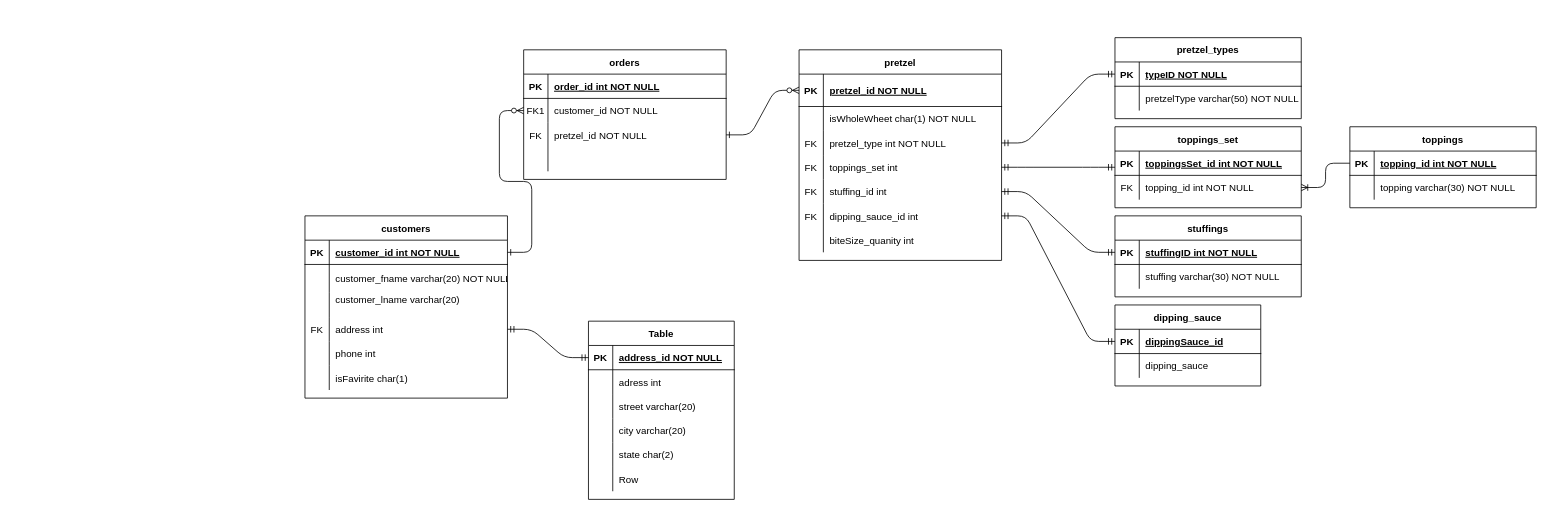
The draw.io diagram Untitled Diagram.drawio in PaulB-GreenRiv/pretzels, before the edit. Source tidied: cells renumbered, new cells numbered last; positions are measured from the earlier drawing's top-left corner, leaving out a move shared by most shapes. Both pictures are drawn from the tidied source at 81%, with x=0, y=0 at pixel (305, 37).
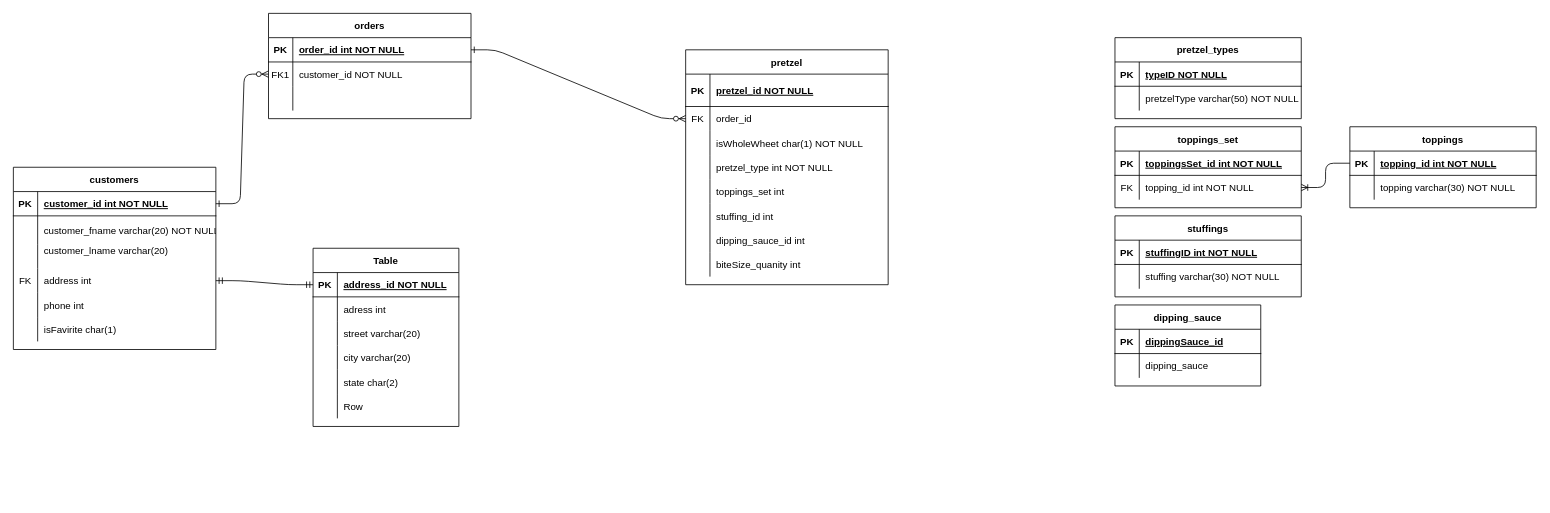
Above is the later version.

Unchanged cells that the change refers to:
```xml
<mxCell id="5" style="shape=partialRectangle;fillColor=none;points=[[0,0.5],[1,0.5]];portConstraint=eastwest;top=0;left=0;right=0;bottom=1;" parent="4" vertex="1">
  <mxGeometry y="30" width="250" height="30" as="geometry" />
</mxCell>
<mxCell id="18" style="shape=partialRectangle;fillColor=none;points=[[0,0.5],[1,0.5]];portConstraint=eastwest;top=0;left=0;right=0;bottom=1;" parent="17" vertex="1">
  <mxGeometry y="30" width="250" height="40" as="geometry" />
</mxCell>
<mxCell id="59" style="shape=partialRectangle;fillColor=none;top=0;left=0;bottom=1;right=0;points=[[0,0.5],[1,0.5]];portConstraint=eastwest;" parent="58" vertex="1">
  <mxGeometry y="30" width="230" height="30" as="geometry" />
</mxCell>
<mxCell id="74" style="shape=partialRectangle;fillColor=none;top=0;left=0;bottom=1;right=0;points=[[0,0.5],[1,0.5]];portConstraint=eastwest;" parent="73" vertex="1">
  <mxGeometry y="30" width="230" height="30" as="geometry" />
</mxCell>
<mxCell id="82" style="shape=partialRectangle;fillColor=none;top=0;left=0;bottom=1;right=0;points=[[0,0.5],[1,0.5]];portConstraint=eastwest;" parent="81" vertex="1">
  <mxGeometry y="30" width="180" height="30" as="geometry" />
</mxCell>
<mxCell id="89" value="toppings_set" style="shape=table;startSize=30;childLayout=tableLayout;rowLines=0;fontStyle=1;align=center;" parent="1" vertex="1">
  <mxGeometry x="1000" y="110" width="230" height="100" as="geometry" />
</mxCell>
```

The edit, as a diff of the source:
```diff
@@
-    <mxCell id="3" style="edgeStyle=entityRelationEdgeStyle;endArrow=ERzeroToMany;startArrow=ERone;endFill=1;startFill=0;" parent="1" edge="1" source="11" target="18">
+    <mxCell id="3" style="edgeStyle=entityRelationEdgeStyle;endArrow=ERzeroToMany;startArrow=ERone;endFill=1;startFill=0;" parent="1" edge="1" source="5" target="118">
       <mxGeometry relative="1" as="geometry" />
     </mxCell>
     <mxCell id="4" value="orders" style="shape=table;startSize=30;childLayout=tableLayout;rowLines=0;fontStyle=1;align=center;" parent="1" vertex="1">
-      <mxGeometry x="270" y="15" width="250" height="160" as="geometry" />
+      <mxGeometry x="-45" y="-30" width="250" height="130" as="geometry" />
     </mxCell>
@@
-    <mxCell id="11" style="shape=partialRectangle;fillColor=none;points=[[0,0.5],[1,0.5]];portConstraint=eastwest;top=0;left=0;right=0;bottom=0;" parent="4" vertex="1">
-      <mxGeometry y="90" width="250" height="30" as="geometry" />
-    </mxCell>
-    <mxCell id="12" value="FK" style="shape=partialRectangle;overflow=hidden;fillColor=none;top=0;left=0;bottom=0;right=0;" parent="11" vertex="1">
-      <mxGeometry width="30" height="30" as="geometry" />
-    </mxCell>
-    <mxCell id="13" value="pretzel_id NOT NULL" style="shape=partialRectangle;overflow=hidden;fillColor=none;top=0;left=0;bottom=0;right=0;align=left;spacingLeft=6;" parent="11" vertex="1">
-      <mxGeometry x="30" width="220" height="30" as="geometry" />
-    </mxCell>
     <mxCell id="14" style="shape=partialRectangle;fillColor=none;top=0;left=0;bottom=0;right=0;" parent="4" vertex="1">
-      <mxGeometry y="120" width="250" height="30" as="geometry" />
+      <mxGeometry y="90" width="250" height="30" as="geometry" />
     </mxCell>
@@
     <mxCell id="17" value="pretzel" style="shape=table;startSize=30;childLayout=tableLayout;rowLines=0;fontStyle=1;align=center;" parent="1" vertex="1">
-      <mxGeometry x="610" y="15" width="250" height="260" as="geometry" />
+      <mxGeometry x="470" y="15" width="250" height="290" as="geometry" />
     </mxCell>
@@
+    <mxCell id="118" style="shape=partialRectangle;fillColor=none;top=0;left=0;bottom=0;right=0;points=[[0,0.5],[1,0.5]];portConstraint=eastwest;" parent="17" vertex="1">
+      <mxGeometry y="70" width="250" height="30" as="geometry" />
+    </mxCell>
+    <mxCell id="12" value="FK" style="shape=partialRectangle;fillColor=none;top=0;left=0;bottom=0;right=0;overflow=hidden;" parent="118" vertex="1">
+      <mxGeometry width="30" height="30" as="geometry" />
+    </mxCell>
+    <mxCell id="119" value="order_id" style="shape=partialRectangle;fillColor=none;top=0;left=0;bottom=0;right=0;align=left;spacingLeft=6;overflow=hidden;" parent="118" vertex="1">
+      <mxGeometry x="30" width="220" height="30" as="geometry" />
+    </mxCell>
     <mxCell id="21" style="shape=partialRectangle;fillColor=none;top=0;left=0;bottom=0;right=0;" parent="17" vertex="1">
-      <mxGeometry y="70" width="250" height="30" as="geometry" />
+      <mxGeometry y="100" width="250" height="30" as="geometry" />
     </mxCell>
@@
     <mxCell id="24" style="shape=partialRectangle;fillColor=none;points=[[0,0.5],[1,0.5]];portConstraint=eastwest;top=0;left=0;right=0;bottom=0;" parent="17" vertex="1">
-      <mxGeometry y="100" width="250" height="30" as="geometry" />
+      <mxGeometry y="130" width="250" height="30" as="geometry" />
     </mxCell>
-    <mxCell id="25" value="FK" style="shape=partialRectangle;overflow=hidden;fillColor=none;top=0;left=0;bottom=0;right=0;" parent="24" vertex="1">
+    <mxCell id="25" style="shape=partialRectangle;overflow=hidden;fillColor=none;top=0;left=0;bottom=0;right=0;" parent="24" vertex="1">
       <mxGeometry width="30" height="30" as="geometry" />
     </mxCell>
@@
     <mxCell id="27" style="shape=partialRectangle;fillColor=none;top=0;left=0;bottom=0;right=0;points=[[0,0.5],[1,0.5]];portConstraint=eastwest;" parent="17" vertex="1">
-      <mxGeometry y="130" width="250" height="30" as="geometry" />
+      <mxGeometry y="160" width="250" height="30" as="geometry" />
     </mxCell>
-    <mxCell id="28" value="FK" style="shape=partialRectangle;fillColor=none;top=0;left=0;bottom=0;right=0;overflow=hidden;" parent="27" vertex="1">
+    <mxCell id="28" style="shape=partialRectangle;fillColor=none;top=0;left=0;bottom=0;right=0;overflow=hidden;" parent="27" vertex="1">
       <mxGeometry width="30" height="30" as="geometry" />
     </mxCell>
@@
     <mxCell id="30" style="shape=partialRectangle;fillColor=none;top=0;left=0;bottom=0;right=0;points=[[0,0.5],[1,0.5]];portConstraint=eastwest;" parent="17" vertex="1">
-      <mxGeometry y="160" width="250" height="30" as="geometry" />
+      <mxGeometry y="190" width="250" height="30" as="geometry" />
     </mxCell>
-    <mxCell id="31" value="FK" style="shape=partialRectangle;fillColor=none;top=0;left=0;bottom=0;right=0;overflow=hidden;" parent="30" vertex="1">
+    <mxCell id="31" style="shape=partialRectangle;fillColor=none;top=0;left=0;bottom=0;right=0;overflow=hidden;" parent="30" vertex="1">
       <mxGeometry width="30" height="30" as="geometry" />
     </mxCell>
@@
     <mxCell id="33" style="shape=partialRectangle;fillColor=none;top=0;left=0;bottom=0;right=0;points=[[0,0.5],[1,0.5]];portConstraint=eastwest;" parent="17" vertex="1">
-      <mxGeometry y="190" width="250" height="30" as="geometry" />
+      <mxGeometry y="220" width="250" height="30" as="geometry" />
     </mxCell>
-    <mxCell id="34" value="FK" style="shape=partialRectangle;fillColor=none;top=0;left=0;bottom=0;right=0;overflow=hidden;" parent="33" vertex="1">
+    <mxCell id="34" style="shape=partialRectangle;fillColor=none;top=0;left=0;bottom=0;right=0;overflow=hidden;" parent="33" vertex="1">
       <mxGeometry width="30" height="30" as="geometry" />
     </mxCell>
@@
     <mxCell id="36" style="shape=partialRectangle;fillColor=none;top=0;left=0;bottom=0;right=0;" parent="17" vertex="1">
-      <mxGeometry y="220" width="250" height="30" as="geometry" />
+      <mxGeometry y="250" width="250" height="30" as="geometry" />
     </mxCell>
@@
     <mxCell id="39" value="customers" style="shape=table;startSize=30;childLayout=tableLayout;rowLines=0;fontStyle=1;align=center;" parent="1" vertex="1">
-      <mxGeometry y="220" width="250" height="225" as="geometry" />
+      <mxGeometry x="-360" y="160" width="250" height="225" as="geometry" />
     </mxCell>
@@
-    <mxCell id="80" style="edgeStyle=entityRelationEdgeStyle;fontSize=12;html=1;endArrow=ERmandOne;startArrow=ERmandOne;" parent="1" edge="1" source="30" target="74">
-      <mxGeometry relative="1" as="geometry" />
-    </mxCell>
@@
-    <mxCell id="88" style="edgeStyle=entityRelationEdgeStyle;fontSize=12;html=1;endArrow=ERmandOne;startArrow=ERmandOne;" parent="1" edge="1" source="33" target="82">
-      <mxGeometry relative="1" as="geometry" />
-    </mxCell>
@@
-    <mxCell id="96" style="edgeStyle=entityRelationEdgeStyle;fontSize=12;html=1;endArrow=ERmandOne;startArrow=ERmandOne;" parent="1" edge="1" source="27" target="89">
-      <mxGeometry relative="1" as="geometry" />
-    </mxCell>
     <mxCell id="97" value="Table" style="shape=table;startSize=30;childLayout=tableLayout;rowLines=0;fontStyle=1;align=center;" parent="1" vertex="1">
-      <mxGeometry x="350" y="350" width="180" height="220" as="geometry" />
+      <mxGeometry x="10" y="260" width="180" height="220" as="geometry" />
     </mxCell>
@@
-    <mxCell id="117" style="edgeStyle=entityRelationEdgeStyle;fontSize=12;html=1;endArrow=ERmandOne;startArrow=ERmandOne;" parent="1" edge="1" source="24" target="59">
-      <mxGeometry relative="1" as="geometry" />
-    </mxCell>
```
